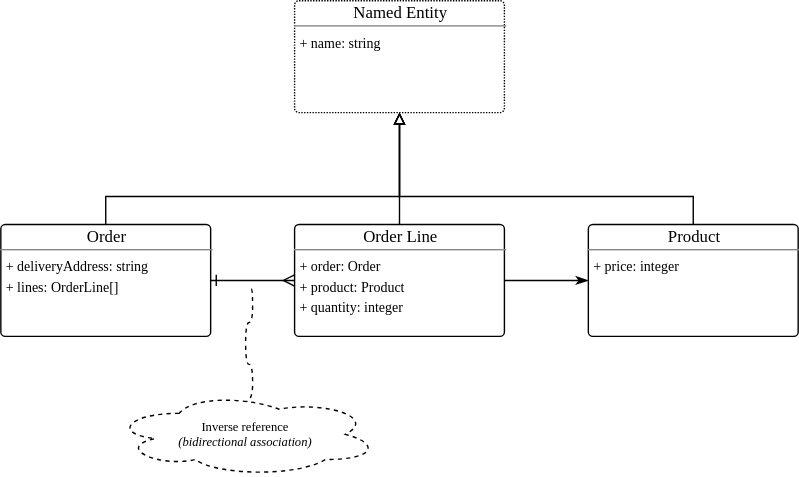
Above: uml-diagram.svg in frusal/frusal-example-schema-by-javascript (draw.io), before the change. Source tidied: cells renumbered, new cells last; positions are measured from the earlier drawing's top-left corner, leaving out a move shared by most shapes.
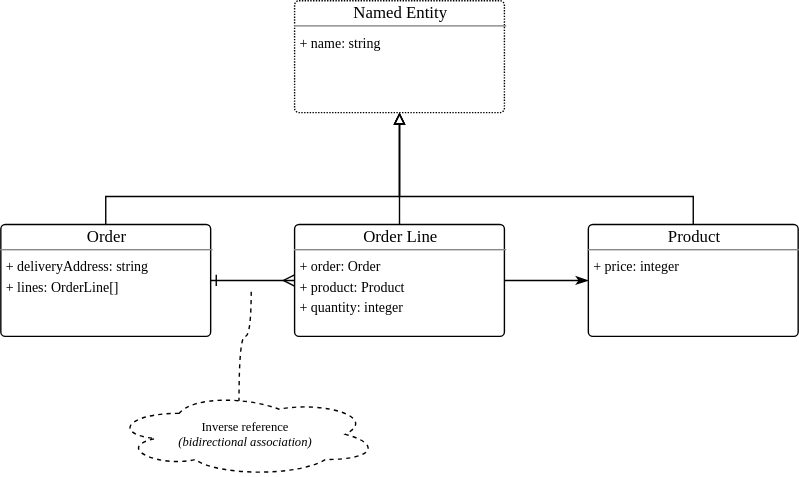
After the change.

What changed in the source:
```diff
@@ -39,15 +39,12 @@
     <mxCell id="10" value="&lt;p style=&quot;margin: 0px ; margin-top: 2px ; text-align: center&quot;&gt;&lt;span style=&quot;font-family: &amp;#34;comic sans ms&amp;#34;&quot;&gt;Order Line&lt;/span&gt;&lt;br&gt;&lt;/p&gt;&lt;hr style=&quot;margin: 2px 0 4px 0 ; height: 1px ; border: none ; background-color: #888&quot;&gt;&lt;p style=&quot;margin: 0px 0px 0px 4px&quot;&gt;&lt;font face=&quot;Comic Sans MS&quot;&gt;&lt;span style=&quot;font-size: 10px&quot;&gt;+ order: Order&lt;/span&gt;&lt;/font&gt;&lt;/p&gt;&lt;p style=&quot;margin: 0px 0px 0px 4px&quot;&gt;&lt;font face=&quot;Comic Sans MS&quot;&gt;&lt;span style=&quot;font-size: 10px&quot;&gt;+ product: Product&lt;/span&gt;&lt;/font&gt;&lt;/p&gt;&lt;p style=&quot;margin: 0px 0px 0px 4px&quot;&gt;&lt;font face=&quot;Comic Sans MS&quot;&gt;&lt;span style=&quot;font-size: 10px&quot;&gt;+ quantity: integer&lt;/span&gt;&lt;/font&gt;&lt;/p&gt;" style="verticalAlign=top;align=left;overflow=fill;fontSize=12;fontFamily=Helvetica;html=1;rounded=1;arcSize=4;" parent="1" vertex="1">
       <mxGeometry x="210" y="160" width="150" height="80" as="geometry" />
     </mxCell>
-    <mxCell id="11" style="edgeStyle=orthogonalEdgeStyle;rounded=0;jettySize=auto;html=1;exitX=0.493;exitY=0.122;exitDx=0;exitDy=0;exitPerimeter=0;startArrow=none;startFill=0;endArrow=none;endFill=0;fontFamily=Comic Sans MS;fontSize=10;dashed=1;elbow=vertical;curved=1;" parent="1" edge="1" source="12">
+    <mxCell id="11" style="edgeStyle=orthogonalEdgeStyle;rounded=0;jettySize=auto;html=1;exitX=0.475;exitY=0.117;exitDx=0;exitDy=0;exitPerimeter=0;startArrow=none;startFill=0;endArrow=none;endFill=0;fontFamily=Comic Sans MS;fontSize=10;dashed=1;elbow=vertical;curved=1;" parent="1" edge="1" source="12">
       <mxGeometry relative="1" as="geometry">
         <mxPoint x="179" y="206" as="targetPoint" />
         <Array as="points">
-          <mxPoint x="180" y="287" />
-          <mxPoint x="180" y="260" />
-          <mxPoint x="175" y="260" />
-          <mxPoint x="175" y="230" />
-          <mxPoint x="180" y="230" />
+          <mxPoint x="170" y="240" />
+          <mxPoint x="179" y="240" />
         </Array>
       </mxGeometry>
     </mxCell>
```
